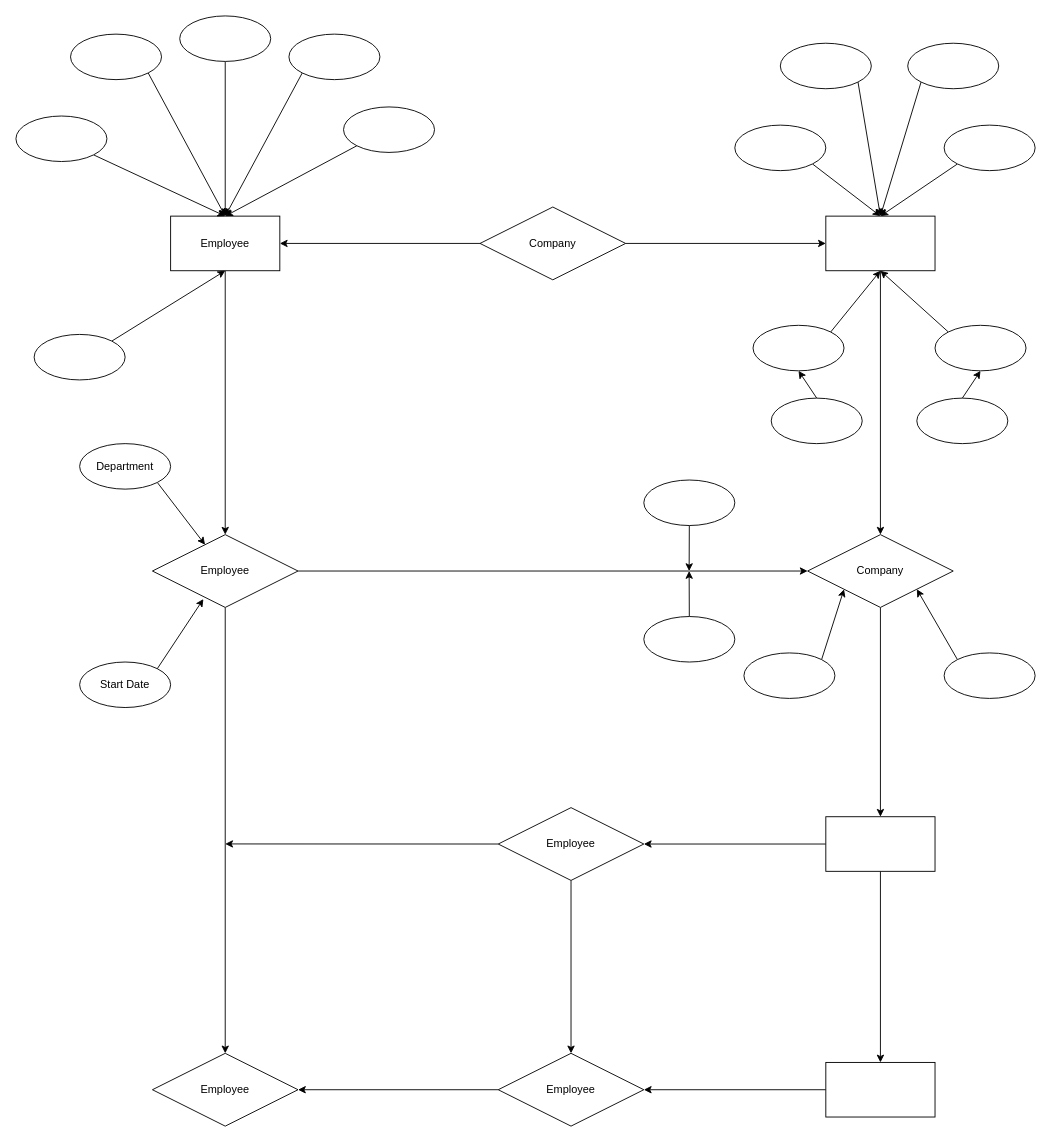
Before: Untitled Diagram.drawio in repo-anuj/ERP-AI, a draw.io diagram. Source tidied: cells renumbered, new cells numbered last; positions are measured from the earlier drawing's top-left corner, leaving out a move shared by most shapes. Both pictures are drawn from the tidied source at 91%, with x=0, y=0 at pixel (15, 15).
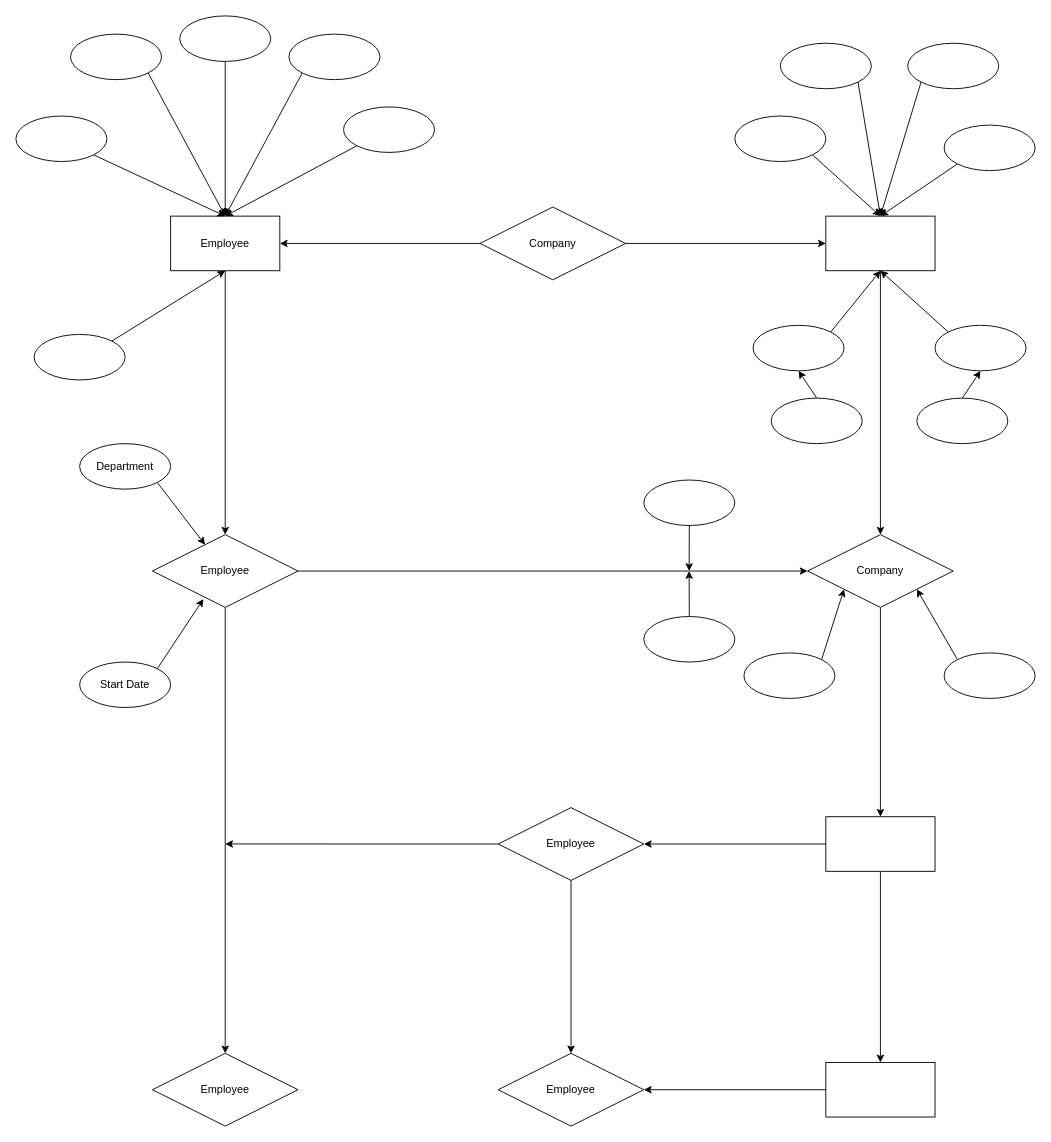
The same page after the edit.

The change refers to these unchanged cells:
```xml
<mxCell id="57" value="Employee" style="rhombus;whiteSpace=wrap;html=1;" parent="1" vertex="1">
  <mxGeometry x="150" y="1140" width="160" height="80" as="geometry" />
</mxCell>
<mxCell id="64" value="Employee" style="rhombus;whiteSpace=wrap;html=1;" parent="1" vertex="1">
  <mxGeometry x="530" y="1140" width="160" height="80" as="geometry" />
</mxCell>
```

Change to the diagram source:
```diff
@@
     <mxCell id="33" style="ellipse;whiteSpace=wrap;html=1;" parent="1" vertex="1">
-      <mxGeometry x="790" y="120" width="100" height="50" as="geometry" />
+      <mxGeometry x="790" y="110" width="100" height="50" as="geometry" />
     </mxCell>
@@
-    <mxCell id="63" style="edgeStyle=none;rounded=0;jettySize=auto;html=1;exitX=0;exitY=0.5;exitDx=0;exitDy=0;entryX=1;entryY=0.5;entryDx=0;entryDy=0;" parent="1" edge="1" source="64" target="57">
-      <mxGeometry relative="1" as="geometry" />
-    </mxCell>
```
